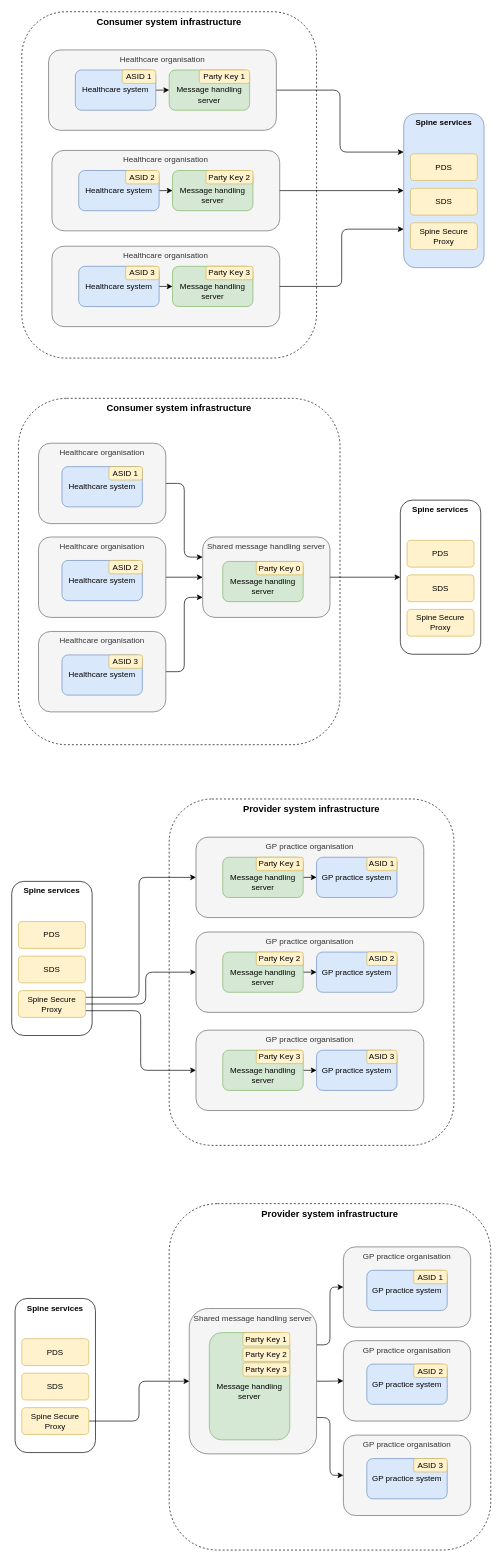
This is _diagrams-source/Draw.io/topologies.drawio from nhsconnect/gpconnect, a draw.io file, before an edit. Source tidied: cells renumbered, new cells numbered last; positions are measured from the earlier drawing's top-left corner, leaving out a move shared by most shapes. Both pictures are drawn from the tidied source at 67%, with x=0, y=0 at pixel (11, 11).
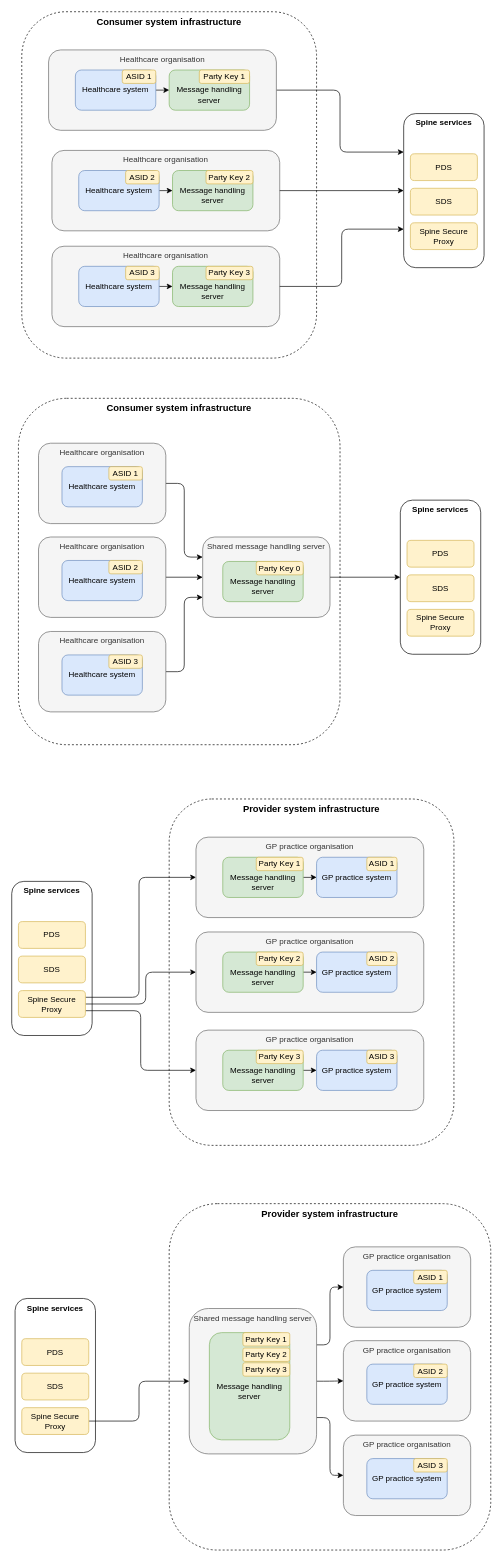
After the change.

Commit message (it also covers changes not shown here):
Clarify ASID requirements and topologies for "aggregators" #639

Diff of the diagram source:
```diff
@@
-    <mxCell id="8" value="&lt;b&gt;Spine services&lt;/b&gt;" style="rounded=1;whiteSpace=wrap;html=1;verticalAlign=top;fillColor=#dae8fc;strokeColor=#6c8ebf;" parent="1" vertex="1">
+    <mxCell id="8" value="&lt;b&gt;Spine services&lt;/b&gt;" style="rounded=1;whiteSpace=wrap;html=1;verticalAlign=top;" parent="1" vertex="1">
       <mxGeometry x="585" y="152" width="120" height="230" as="geometry" />
     </mxCell>
```
